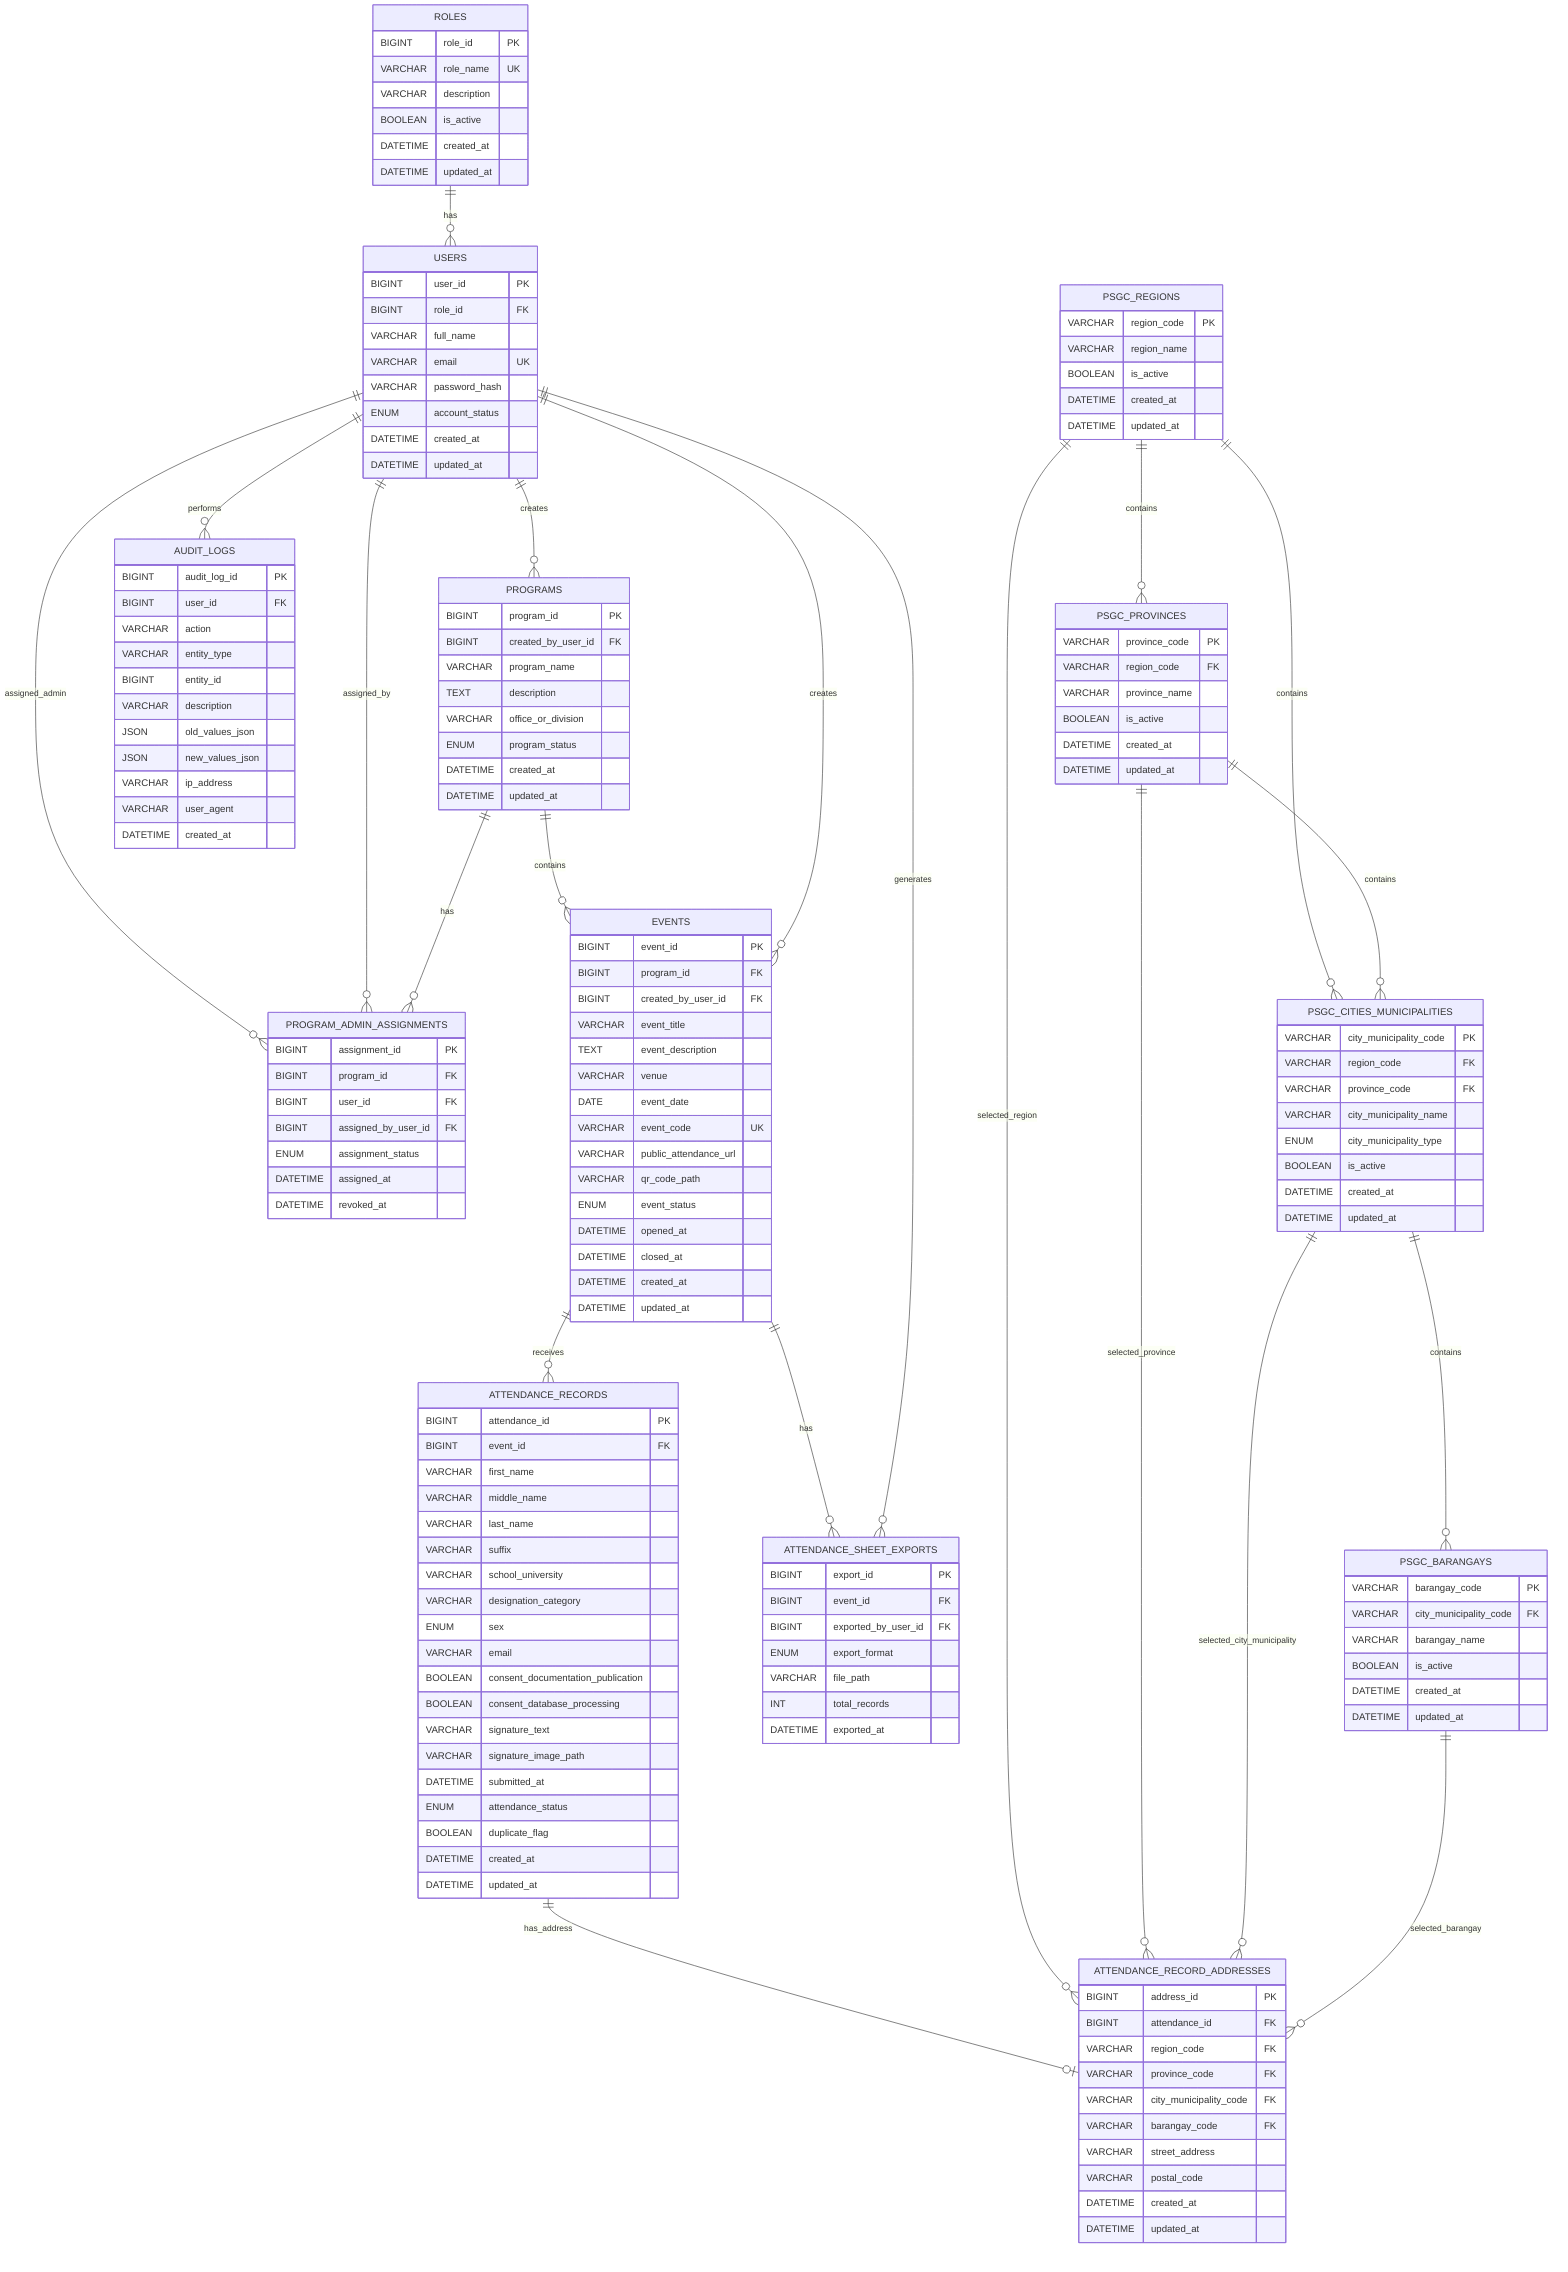
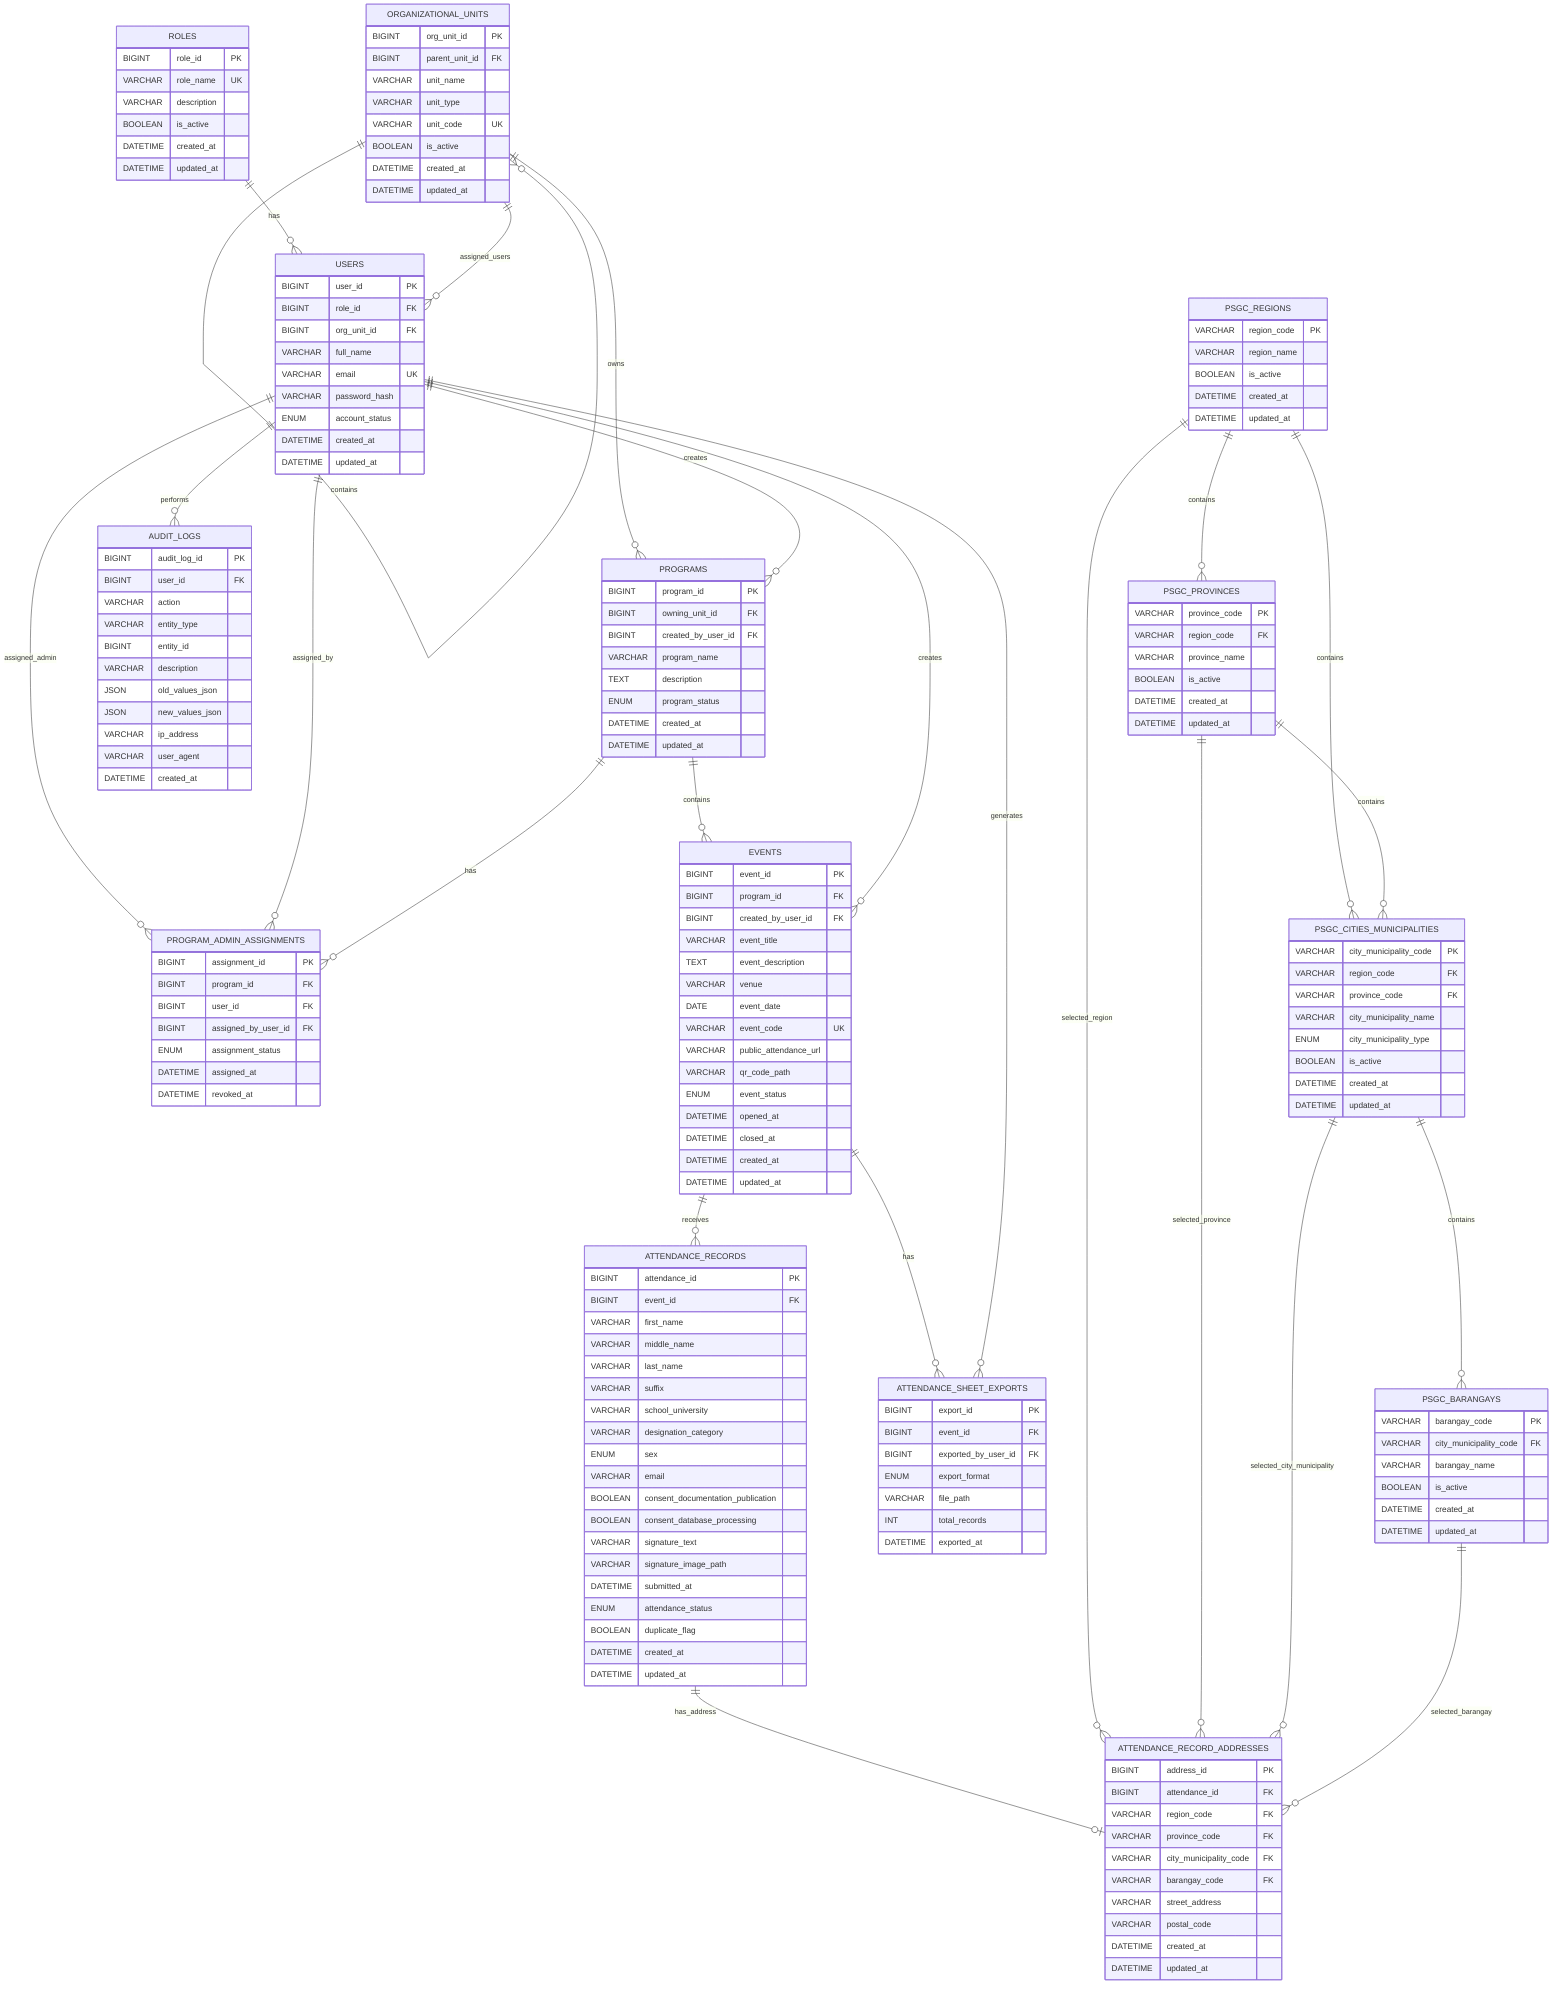
erDiagram
  ROLES ||--o{ USERS : has
+   ORGANIZATIONAL_UNITS ||--o{ ORGANIZATIONAL_UNITS : contains
+   ORGANIZATIONAL_UNITS ||--o{ USERS : assigned_users
+   ORGANIZATIONAL_UNITS ||--o{ PROGRAMS : owns
  USERS ||--o{ PROGRAMS : creates
  USERS ||--o{ PROGRAM_ADMIN_ASSIGNMENTS : assigned_admin
  USERS ||--o{ PROGRAM_ADMIN_ASSIGNMENTS : assigned_by
  PROGRAMS ||--o{ PROGRAM_ADMIN_ASSIGNMENTS : has
  PROGRAMS ||--o{ EVENTS : contains
  USERS ||--o{ EVENTS : creates
  EVENTS ||--o{ ATTENDANCE_RECORDS : receives
  ATTENDANCE_RECORDS ||--o| ATTENDANCE_RECORD_ADDRESSES : has_address
  EVENTS ||--o{ ATTENDANCE_SHEET_EXPORTS : has
  USERS ||--o{ ATTENDANCE_SHEET_EXPORTS : generates
  USERS ||--o{ AUDIT_LOGS : performs
  PSGC_REGIONS ||--o{ PSGC_PROVINCES : contains
  PSGC_REGIONS ||--o{ PSGC_CITIES_MUNICIPALITIES : contains
  PSGC_PROVINCES ||--o{ PSGC_CITIES_MUNICIPALITIES : contains
  PSGC_CITIES_MUNICIPALITIES ||--o{ PSGC_BARANGAYS : contains
  PSGC_REGIONS ||--o{ ATTENDANCE_RECORD_ADDRESSES : selected_region
  PSGC_PROVINCES ||--o{ ATTENDANCE_RECORD_ADDRESSES : selected_province
  PSGC_CITIES_MUNICIPALITIES ||--o{ ATTENDANCE_RECORD_ADDRESSES : selected_city_municipality
  PSGC_BARANGAYS ||--o{ ATTENDANCE_RECORD_ADDRESSES : selected_barangay

  ROLES {
    BIGINT role_id PK
    VARCHAR role_name UK
    VARCHAR description
    BOOLEAN is_active
    DATETIME created_at
    DATETIME updated_at
  }

  USERS {
    BIGINT user_id PK
    BIGINT role_id FK
+     BIGINT org_unit_id FK
    VARCHAR full_name
    VARCHAR email UK
    VARCHAR password_hash
    ENUM account_status
    DATETIME created_at
    DATETIME updated_at
  }

+   ORGANIZATIONAL_UNITS {
+     BIGINT org_unit_id PK
+     BIGINT parent_unit_id FK
+     VARCHAR unit_name
+     VARCHAR unit_type
+     VARCHAR unit_code UK
+     BOOLEAN is_active
+     DATETIME created_at
+     DATETIME updated_at
+   }
+ 
  PROGRAMS {
    BIGINT program_id PK
+     BIGINT owning_unit_id FK
    BIGINT created_by_user_id FK
    VARCHAR program_name
    TEXT description
-     VARCHAR office_or_division
    ENUM program_status
    DATETIME created_at
    DATETIME updated_at
  }

  PROGRAM_ADMIN_ASSIGNMENTS {
    BIGINT assignment_id PK
    BIGINT program_id FK
    BIGINT user_id FK
    BIGINT assigned_by_user_id FK
    ENUM assignment_status
    DATETIME assigned_at
    DATETIME revoked_at
  }

  EVENTS {
    BIGINT event_id PK
    BIGINT program_id FK
    BIGINT created_by_user_id FK
    VARCHAR event_title
    TEXT event_description
    VARCHAR venue
    DATE event_date
    VARCHAR event_code UK
    VARCHAR public_attendance_url
    VARCHAR qr_code_path
    ENUM event_status
    DATETIME opened_at
    DATETIME closed_at
    DATETIME created_at
    DATETIME updated_at
  }

  ATTENDANCE_RECORDS {
    BIGINT attendance_id PK
    BIGINT event_id FK
    VARCHAR first_name
    VARCHAR middle_name
    VARCHAR last_name
    VARCHAR suffix
    VARCHAR school_university
    VARCHAR designation_category
    ENUM sex
    VARCHAR email
    BOOLEAN consent_documentation_publication
    BOOLEAN consent_database_processing
    VARCHAR signature_text
    VARCHAR signature_image_path
    DATETIME submitted_at
    ENUM attendance_status
    BOOLEAN duplicate_flag
    DATETIME created_at
    DATETIME updated_at
  }

  ATTENDANCE_RECORD_ADDRESSES {
    BIGINT address_id PK
    BIGINT attendance_id FK
    VARCHAR region_code FK
    VARCHAR province_code FK
    VARCHAR city_municipality_code FK
    VARCHAR barangay_code FK
    VARCHAR street_address
    VARCHAR postal_code
    DATETIME created_at
    DATETIME updated_at
  }

  ATTENDANCE_SHEET_EXPORTS {
    BIGINT export_id PK
    BIGINT event_id FK
    BIGINT exported_by_user_id FK
    ENUM export_format
    VARCHAR file_path
    INT total_records
    DATETIME exported_at
  }

  AUDIT_LOGS {
    BIGINT audit_log_id PK
    BIGINT user_id FK
    VARCHAR action
    VARCHAR entity_type
    BIGINT entity_id
    VARCHAR description
    JSON old_values_json
    JSON new_values_json
    VARCHAR ip_address
    VARCHAR user_agent
    DATETIME created_at
  }

  PSGC_REGIONS {
    VARCHAR region_code PK
    VARCHAR region_name
    BOOLEAN is_active
    DATETIME created_at
    DATETIME updated_at
  }

  PSGC_PROVINCES {
    VARCHAR province_code PK
    VARCHAR region_code FK
    VARCHAR province_name
    BOOLEAN is_active
    DATETIME created_at
    DATETIME updated_at
  }

  PSGC_CITIES_MUNICIPALITIES {
    VARCHAR city_municipality_code PK
    VARCHAR region_code FK
    VARCHAR province_code FK
    VARCHAR city_municipality_name
    ENUM city_municipality_type
    BOOLEAN is_active
    DATETIME created_at
    DATETIME updated_at
  }

  PSGC_BARANGAYS {
    VARCHAR barangay_code PK
    VARCHAR city_municipality_code FK
    VARCHAR barangay_name
    BOOLEAN is_active
    DATETIME created_at
    DATETIME updated_at
  }
